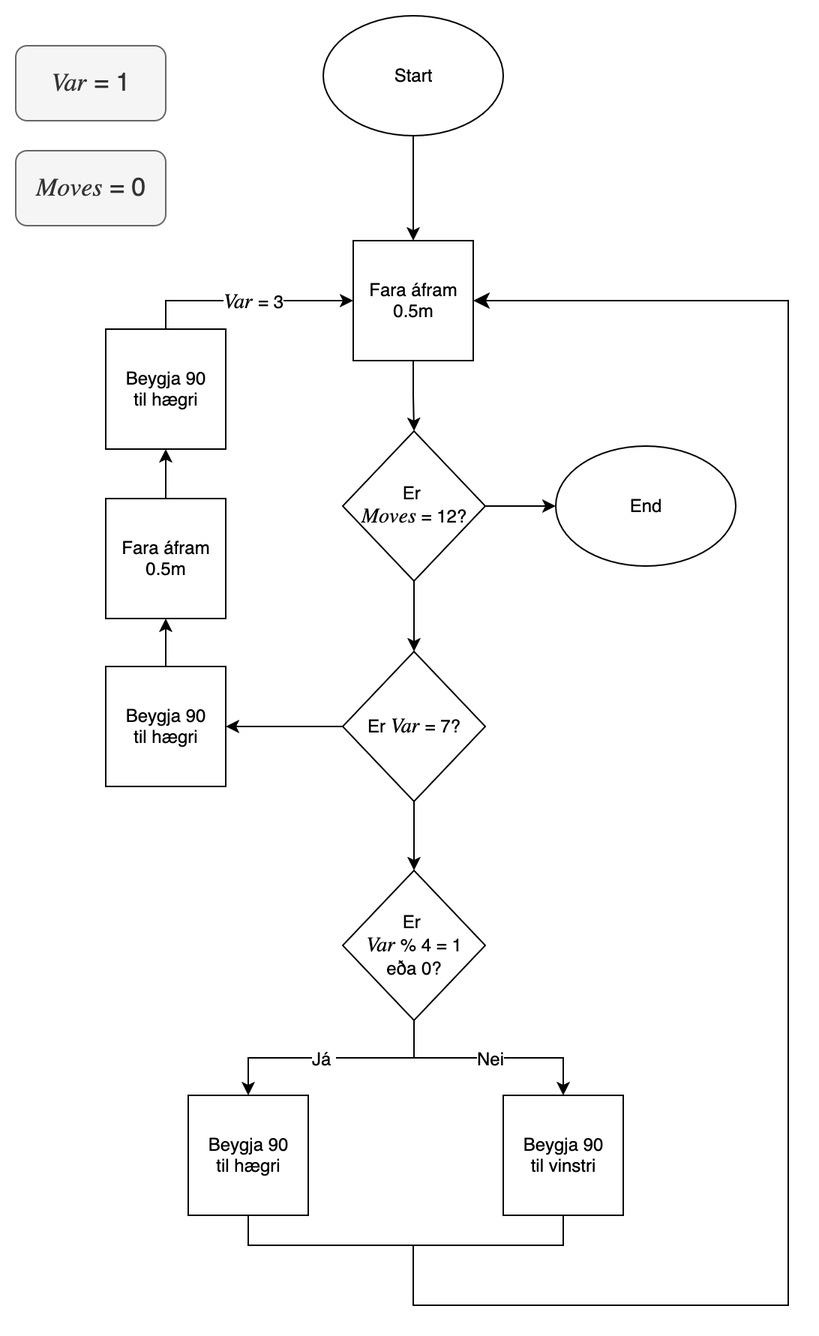
Earlier version of the draw.io export verkefni 1/Sikk Sakk Diagram.png (NidaleNieve/ROBO2). Source tidied: cells renumbered, new cells last; positions are measured from the earlier drawing's top-left corner, leaving out a move shared by most shapes.
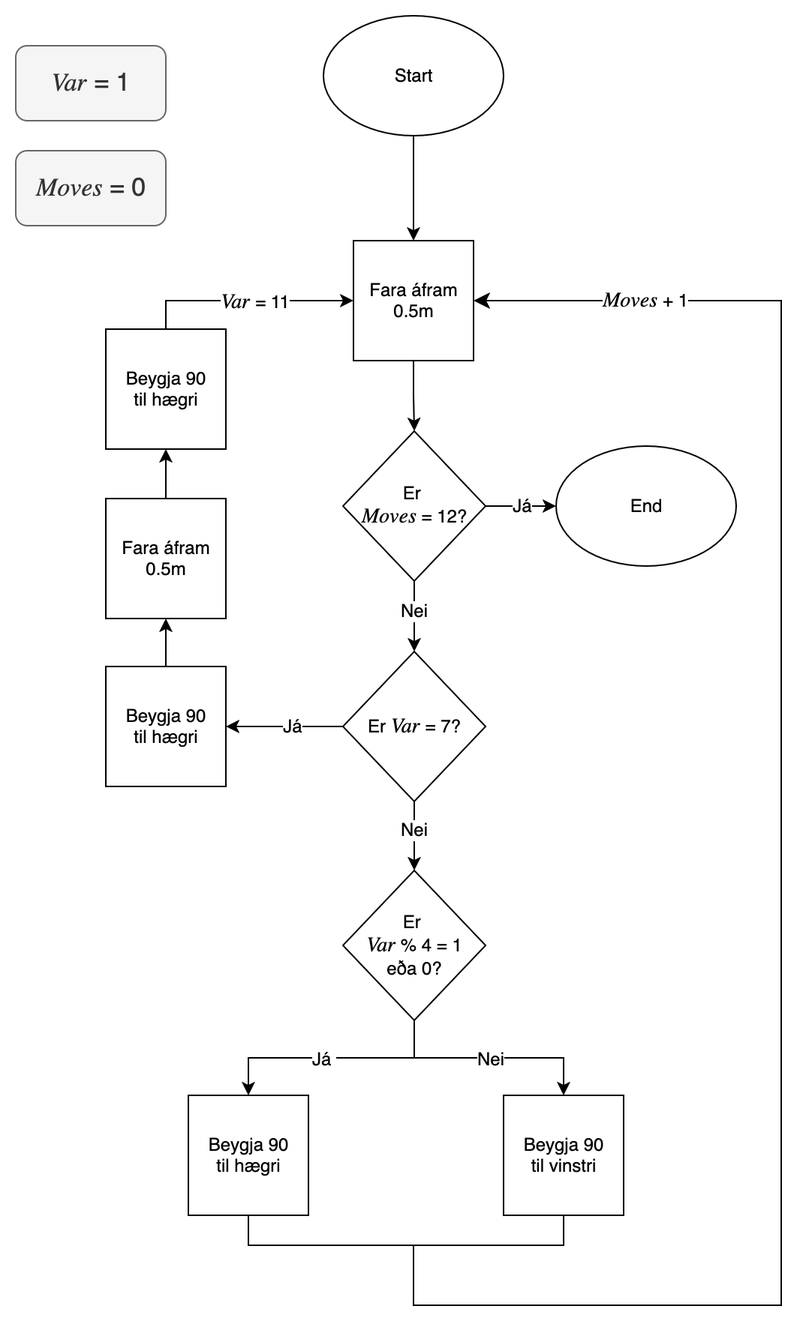
Above is the later version.

Commit message:
Lagaði Sikk Sakk Diagram myndina

Diff of the diagram source:
```diff
@@ -39,9 +39,17 @@
     <mxCell id="12" style="edgeStyle=orthogonalEdgeStyle;rounded=0;jettySize=auto;html=1;exitX=0;exitY=0.5;exitDx=0;exitDy=0;entryX=1;entryY=0.5;entryDx=0;entryDy=0;" parent="1" edge="1" source="14" target="22">
       <mxGeometry relative="1" as="geometry" />
     </mxCell>
+    <mxCell id="32" value="&lt;font style=&quot;font-size: 12px;&quot;&gt;Já&lt;/font&gt;" style="edgeLabel;html=1;align=center;verticalAlign=middle;" parent="12" vertex="1">
+      <mxGeometry x="-0.14" y="3" relative="1" as="geometry">
+        <mxPoint x="-1" y="-4" as="offset" />
+      </mxGeometry>
+    </mxCell>
     <mxCell id="13" style="edgeStyle=orthogonalEdgeStyle;rounded=0;jettySize=auto;html=1;exitX=0.5;exitY=1;exitDx=0;exitDy=0;entryX=0.5;entryY=0;entryDx=0;entryDy=0;" parent="1" edge="1" source="14" target="11">
       <mxGeometry relative="1" as="geometry" />
     </mxCell>
+    <mxCell id="33" value="Nei" style="edgeLabel;html=1;align=center;verticalAlign=middle;fontSize=12;" parent="13" vertex="1">
+      <mxGeometry x="-0.2" y="-1" relative="1" as="geometry" />
+    </mxCell>
     <mxCell id="14" value="Er &lt;font style=&quot;font-size: 14px;&quot; face=&quot;Lucida Console&quot;&gt;&lt;i&gt;Var&amp;nbsp;&lt;/i&gt;&lt;/font&gt;= 7?" style="rhombus;whiteSpace=wrap;html=1;" parent="1" vertex="1">
       <mxGeometry x="218" y="424" width="95" height="100" as="geometry" />
     </mxCell>
@@ -92,7 +100,7 @@
         </Array>
       </mxGeometry>
     </mxCell>
-    <mxCell id="26" value="&lt;font face=&quot;Lucida Console&quot; style=&quot;font-size: 14px;&quot;&gt;&lt;i&gt;Var&amp;nbsp;&lt;/i&gt;&lt;/font&gt;&lt;font style=&quot;font-size: 12px;&quot;&gt;= 3&lt;/font&gt;" style="edgeLabel;html=1;align=center;verticalAlign=middle;" parent="25" vertex="1">
+    <mxCell id="26" value="&lt;font face=&quot;Lucida Console&quot; style=&quot;font-size: 14px;&quot;&gt;&lt;i&gt;Var&amp;nbsp;&lt;/i&gt;&lt;/font&gt;&lt;font style=&quot;font-size: 12px;&quot;&gt;= 11&lt;/font&gt;" style="edgeLabel;html=1;align=center;verticalAlign=middle;" parent="25" vertex="1">
       <mxGeometry x="0.45" relative="1" as="geometry">
         <mxPoint x="-27" as="offset" />
       </mxGeometry>
@@ -103,8 +111,13 @@
     <mxCell id="28" style="edgeStyle=orthogonalEdgeStyle;rounded=0;jettySize=auto;html=1;exitX=0.5;exitY=1;exitDx=0;exitDy=0;entryX=0.5;entryY=0;entryDx=0;entryDy=0;" parent="1" edge="1" source="30" target="14">
       <mxGeometry relative="1" as="geometry" />
     </mxCell>
+    <mxCell id="34" value="&lt;font style=&quot;font-size: 12px;&quot;&gt;Nei&lt;/font&gt;" style="edgeLabel;html=1;align=center;verticalAlign=middle;" parent="28" vertex="1">
+      <mxGeometry x="-0.23" y="1" relative="1" as="geometry">
+        <mxPoint x="-2" y="1" as="offset" />
+      </mxGeometry>
+    </mxCell>
-    <mxCell id="29" style="edgeStyle=orthogonalEdgeStyle;rounded=0;jettySize=auto;html=1;exitX=1;exitY=0.5;exitDx=0;exitDy=0;" parent="1" edge="1" source="30" target="20">
-      <mxGeometry relative="1" as="geometry" />
+    <mxCell id="29" value="&lt;font style=&quot;font-size: 12px;&quot;&gt;Já&lt;/font&gt;" style="edgeStyle=orthogonalEdgeStyle;rounded=0;jettySize=auto;html=1;exitX=1;exitY=0.5;exitDx=0;exitDy=0;" parent="1" edge="1" source="30" target="20">
+      <mxGeometry x="0.02" relative="1" as="geometry" />
     </mxCell>
     <mxCell id="30" value="&lt;div&gt;Er&amp;nbsp;&lt;/div&gt;&lt;div&gt;&lt;font style=&quot;font-size: 14px;&quot; face=&quot;Lucida Console&quot;&gt;&lt;i&gt;Moves&lt;/i&gt;&lt;/font&gt;&amp;nbsp;= 12?&lt;/div&gt;" style="rhombus;whiteSpace=wrap;html=1;" parent="1" vertex="1">
       <mxGeometry x="218" y="277" width="95" height="100" as="geometry" />
@@ -114,10 +127,15 @@
         <mxPoint x="265" y="820" as="sourcePoint" />
         <Array as="points">
           <mxPoint x="265" y="860" />
-          <mxPoint x="515" y="860" />
-          <mxPoint x="515" y="190" />
+          <mxPoint x="510" y="860" />
+          <mxPoint x="510" y="190" />
         </Array>
       </mxGeometry>
     </mxCell>
+    <mxCell id="35" value="&lt;font face=&quot;Lucida Console&quot; style=&quot;font-size: 14px;&quot;&gt;&lt;i&gt;Moves&amp;nbsp;&lt;/i&gt;&lt;/font&gt;&lt;font style=&quot;font-size: 12px;&quot;&gt;+ 1&lt;/font&gt;" style="edgeLabel;html=1;align=center;verticalAlign=middle;" parent="31" vertex="1">
+      <mxGeometry x="0.81" y="5" relative="1" as="geometry">
+        <mxPoint x="1" y="-6" as="offset" />
+      </mxGeometry>
+    </mxCell>
   </root>
 </mxGraphModel>
```
